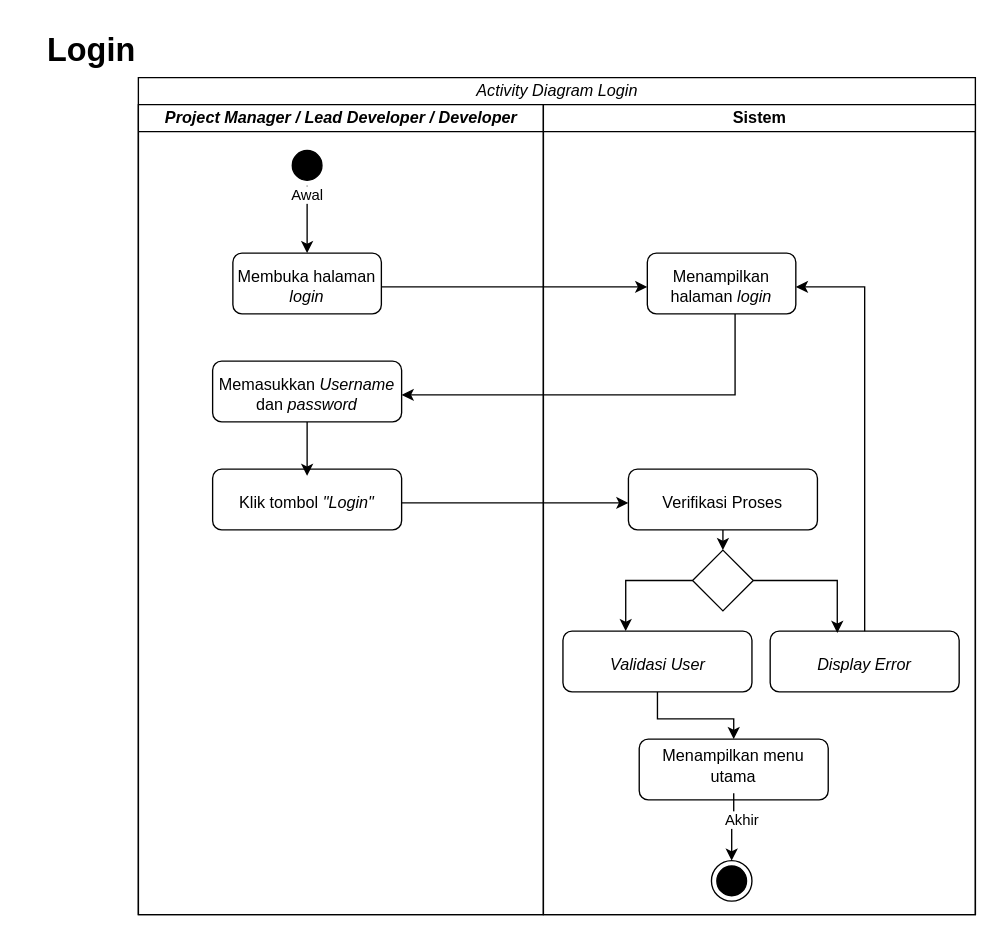
This is page "Halaman-2" (2 of 9) of Diagram Tanpa Judul.drawio from raldawiyahh/alda-resolusi, a draw.io file, before an edit. Source tidied: cells renumbered, new cells numbered last; positions are measured from the earlier drawing's top-left corner, leaving out a move shared by most shapes. Both pictures are drawn from the tidied source at 135%, with x=0, y=0 at pixel (23, 23).
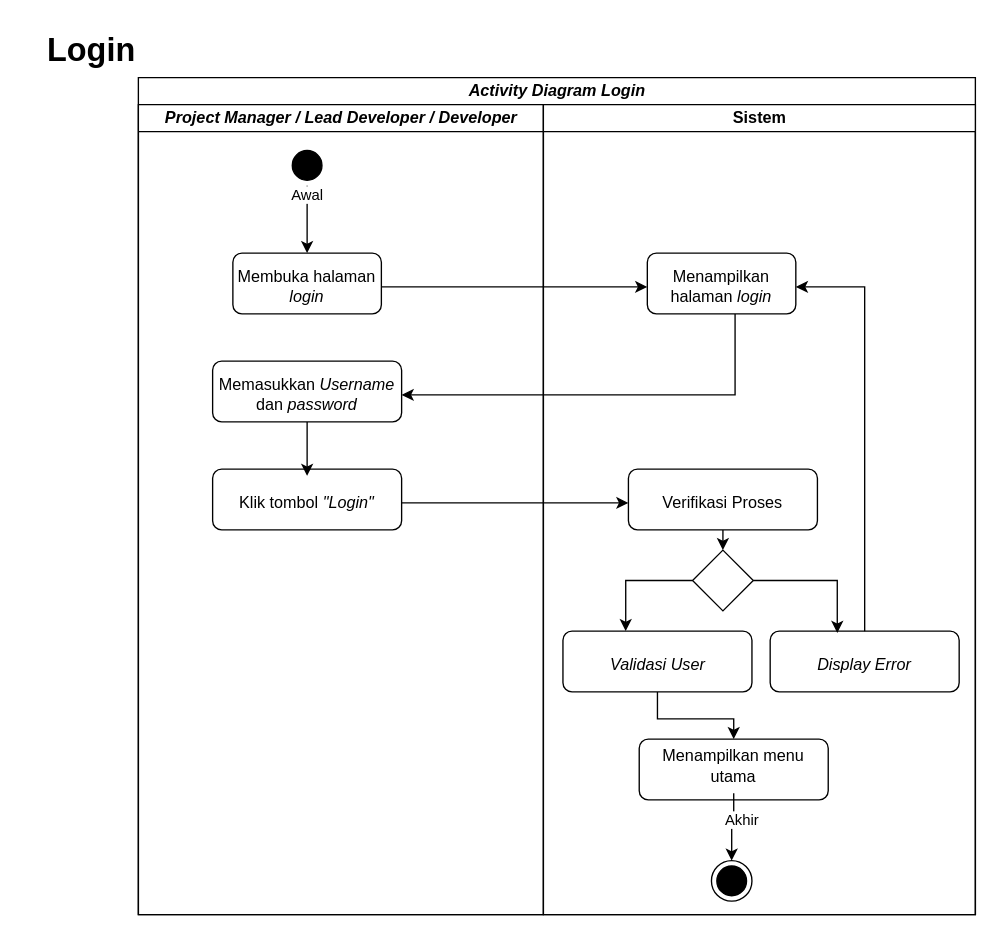
After the change.

What changed in the source:
```diff
@@
-    <mxCell id="2" value="&lt;i style=&quot;font-weight: normal;&quot;&gt;Activity Diagram Login&lt;/i&gt;" style="swimlane;startSize=20;html=1;" parent="1" vertex="1">
+    <mxCell id="2" value="&lt;i&gt;Activity Diagram Login&lt;/i&gt;" style="swimlane;startSize=20;html=1;" parent="1" vertex="1">
       <mxGeometry x="85" y="40" width="620" height="620" as="geometry" />
     </mxCell>
```
